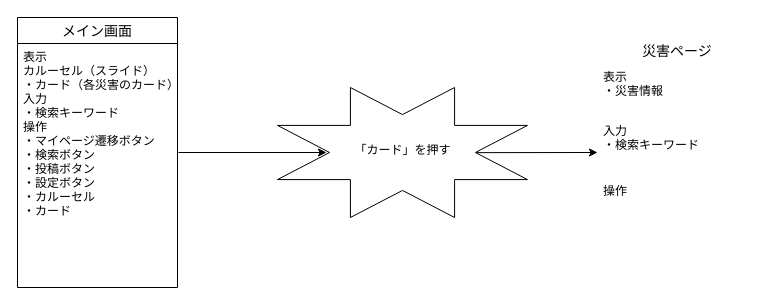
Before: 画面遷移図/カード.drawio in Ryusei44237/sotuken, a draw.io diagram. Source tidied: cells renumbered, new cells numbered last; positions are measured from the earlier drawing's top-left corner, leaving out a move shared by most shapes. Both pictures are drawn from the tidied source at 100%, with x=0, y=0 at pixel (17, 17).
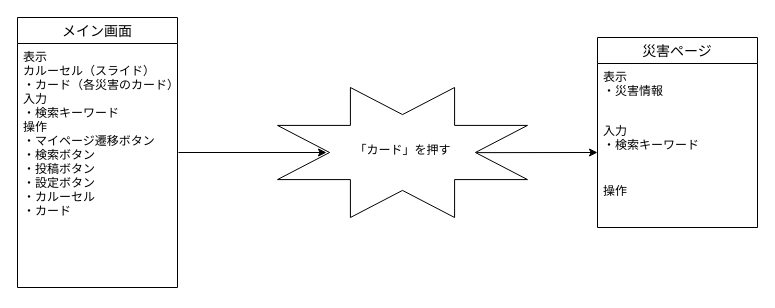
After the change.

Diff of the diagram source:
```diff
@@
 <mxGraphModel>
   <root>
     <mxCell id="0" />
     <mxCell id="1" parent="0" />
     <mxCell id="2" style="verticalLabelPosition=bottom;verticalAlign=top;html=1;shape=mxgraph.basic.8_point_star;" parent="1" vertex="1">
       <mxGeometry x="260" y="70" width="250" height="130" as="geometry" />
     </mxCell>
     <mxCell id="3" style="endArrow=classic;html=1;exitX=0.796;exitY=0.501;exitDx=0;exitDy=0;exitPerimeter=0;" parent="1" edge="1" source="2">
       <mxGeometry relative="1" as="geometry">
         <mxPoint x="580" y="135" as="targetPoint" />
       </mxGeometry>
     </mxCell>
     <mxCell id="4" value="「カード」を押す" style="text;html=1;strokeColor=none;fillColor=none;align=center;verticalAlign=middle;whiteSpace=wrap;rounded=0;" parent="1" vertex="1">
       <mxGeometry x="327.5" y="120" width="115" height="25" as="geometry" />
     </mxCell>
     <mxCell id="5" style="endArrow=classic;html=1;entryX=0.196;entryY=0.5;entryDx=0;entryDy=0;entryPerimeter=0;" parent="1" edge="1" target="2">
       <mxGeometry relative="1" as="geometry">
         <mxPoint x="161" y="135" as="sourcePoint" />
       </mxGeometry>
     </mxCell>
     <mxCell id="6" value="メイン画面" style="swimlane;fontStyle=0;horizontal=1;startSize=26;align=center;fontSize=14;" parent="1" vertex="1">
       <mxGeometry width="160" height="270" as="geometry" />
     </mxCell>
     <mxCell id="7" value="表示&#10;カルーセル（スライド）&#10;・カード（各災害のカード）&#10;入力&#10;・検索キーワード&#10;操作&#10;・マイページ遷移ボタン&#10;・検索ボタン&#10;・投稿ボタン&#10;・設定ボタン&#10;・カルーセル&#10;・カード" style="text;strokeColor=none;fillColor=none;spacingLeft=4;spacingRight=4;overflow=hidden;fontSize=12;" parent="6" vertex="1">
       <mxGeometry y="26" width="160" height="244" as="geometry" />
     </mxCell>
-    <mxCell id="8" value="災害ページ" style="swimlane;fontStyle=0;horizontal=1;startSize=26;align=center;fontSize=14;strokeWidth=1;strokeColor=#FFFFFF;" parent="1" vertex="1">
+    <mxCell id="8" value="災害ページ" style="swimlane;fontStyle=0;horizontal=1;startSize=26;align=center;fontSize=14;strokeWidth=1;" parent="1" vertex="1">
       <mxGeometry x="580" y="20" width="160" height="190" as="geometry" />
     </mxCell>
     <mxCell id="9" value="表示&#10;・災害情報&#10;　" style="text;strokeColor=none;fillColor=none;spacingLeft=4;spacingRight=4;overflow=hidden;fontSize=12;" parent="8" vertex="1">
       <mxGeometry y="26" width="160" height="54" as="geometry" />
     </mxCell>
     <mxCell id="10" value="入力&#10;・検索キーワード" style="text;strokeColor=none;fillColor=none;spacingLeft=4;spacingRight=4;overflow=hidden;fontSize=12;" parent="8" vertex="1">
       <mxGeometry y="80" width="160" height="60" as="geometry" />
     </mxCell>
     <mxCell id="11" value="操作&#10;&#10;" style="text;strokeColor=none;fillColor=none;spacingLeft=4;spacingRight=4;overflow=hidden;fontSize=12;" parent="8" vertex="1">
       <mxGeometry y="140" width="160" height="50" as="geometry" />
     </mxCell>
   </root>
 </mxGraphModel>
```
